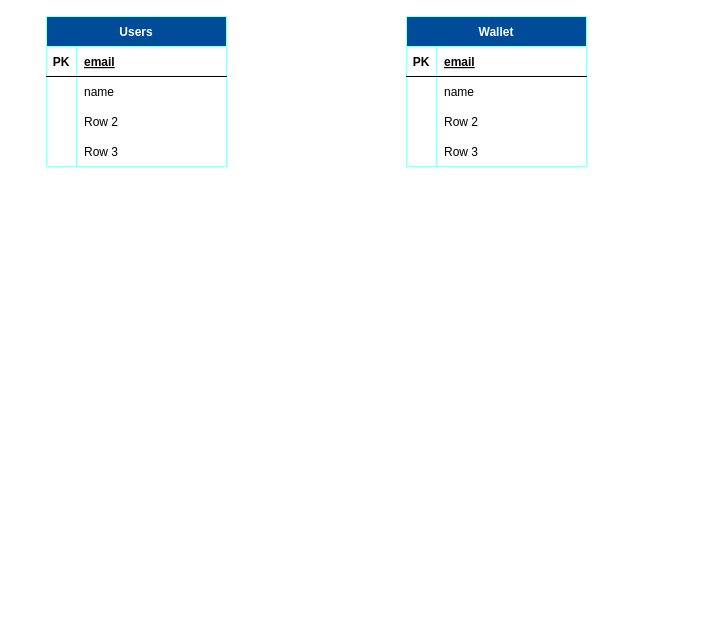
Above: docs/DB design/DB.drawio in elarsaks/gorilla-labs (draw.io), before the change. Source tidied: cells renumbered, new cells numbered last; positions are measured from the earlier drawing's top-left corner, leaving out a move shared by most shapes. Both pictures are drawn from the tidied source at 100%, with x=0, y=0 at pixel (46, 16).
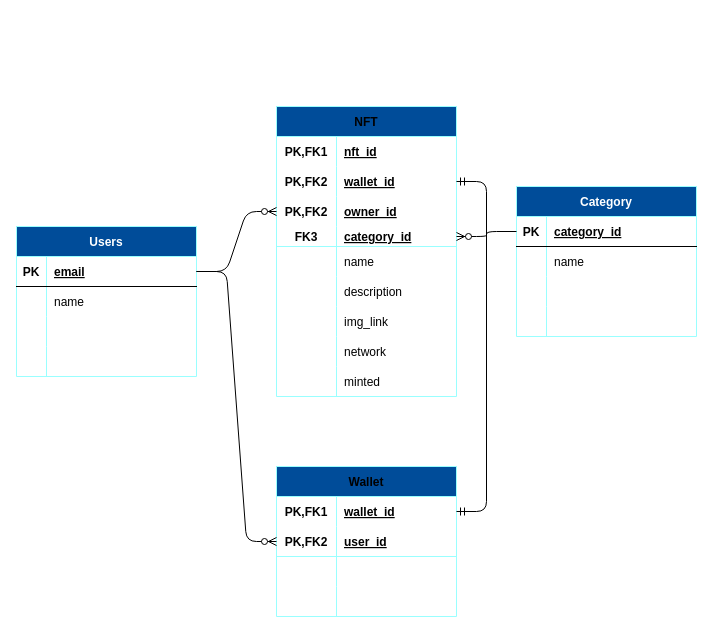
The same page after the edit.

Commit message (it also covers changes not shown here):
Start creating some DB design.

Unchanged cells that the change refers to:
```xml
<mxCell id="3" style="shape=tableRow;horizontal=0;startSize=0;swimlaneHead=0;swimlaneBody=0;fillColor=none;points=[[0,0.5],[1,0.5]];portConstraint=eastwest;top=0;left=0;right=0;bottom=1;" parent="2" vertex="1">
  <mxGeometry y="30" width="180" height="30" as="geometry" />
</mxCell>
<mxCell id="9" style="shape=tableRow;horizontal=0;startSize=0;swimlaneHead=0;swimlaneBody=0;fillColor=none;top=0;left=0;right=0;bottom=0;" parent="2" vertex="1">
  <mxGeometry y="90" width="180" height="30" as="geometry" />
</mxCell>
<mxCell id="12" style="shape=tableRow;horizontal=0;startSize=0;swimlaneHead=0;swimlaneBody=0;fillColor=none;top=0;left=0;right=0;bottom=0;" parent="2" vertex="1">
  <mxGeometry y="120" width="180" height="30" as="geometry" />
</mxCell>
```

Diff of the diagram source:
```diff
@@
     <mxCell id="2" value="Users" style="shape=table;startSize=30;childLayout=tableLayout;rowLines=0;fontStyle=1;align=center;fillColor=#004C99;fontColor=#ffffff;strokeColor=#99FFFF;gradientColor=none;swimlaneFillColor=default;" parent="1" vertex="1">
-      <mxGeometry width="180" height="150" as="geometry" />
+      <mxGeometry x="-30" y="210" width="180" height="150" as="geometry" />
     </mxCell>
@@
-    <mxCell id="11" value="Row 2" style="shape=partialRectangle;fillColor=none;top=0;left=0;bottom=0;right=0;align=left;spacingLeft=6;overflow=hidden;" parent="9" vertex="1">
+    <mxCell id="11" style="shape=partialRectangle;fillColor=none;top=0;left=0;bottom=0;right=0;align=left;spacingLeft=6;overflow=hidden;" parent="9" vertex="1">
       <mxGeometry x="30" width="150" height="30" as="geometry" />
     </mxCell>
@@
-    <mxCell id="14" value="Row 3" style="shape=partialRectangle;fillColor=none;top=0;left=0;bottom=0;right=0;align=left;spacingLeft=6;overflow=hidden;" parent="12" vertex="1">
+    <mxCell id="14" style="shape=partialRectangle;fillColor=none;top=0;left=0;bottom=0;right=0;align=left;spacingLeft=6;overflow=hidden;" parent="12" vertex="1">
       <mxGeometry x="30" width="150" height="30" as="geometry" />
     </mxCell>
-    <mxCell id="15" value="Wallet" style="shape=table;startSize=30;childLayout=tableLayout;rowLines=0;fontStyle=1;align=center;fillColor=#004C99;fontColor=#ffffff;strokeColor=#99FFFF;gradientColor=none;swimlaneFillColor=default;" parent="1" vertex="1">
-      <mxGeometry x="360" width="180" height="150" as="geometry" />
-    </mxCell>
+    <mxCell id="28" value="Category" style="shape=table;startSize=30;childLayout=tableLayout;rowLines=0;fontStyle=1;align=center;fillColor=#004C99;fontColor=#ffffff;strokeColor=#99FFFF;gradientColor=none;swimlaneFillColor=default;" parent="1" vertex="1">
+      <mxGeometry x="470" y="170" width="180" height="150" as="geometry" />
+    </mxCell>
-    <mxCell id="16" style="shape=tableRow;horizontal=0;startSize=0;swimlaneHead=0;swimlaneBody=0;fillColor=none;points=[[0,0.5],[1,0.5]];portConstraint=eastwest;top=0;left=0;right=0;bottom=1;" parent="15" vertex="1">
+    <mxCell id="16" style="shape=tableRow;horizontal=0;startSize=0;swimlaneHead=0;swimlaneBody=0;fillColor=none;points=[[0,0.5],[1,0.5]];portConstraint=eastwest;top=0;left=0;right=0;bottom=1;" parent="28" vertex="1">
       <mxGeometry y="30" width="180" height="30" as="geometry" />
     </mxCell>
@@
-    <mxCell id="18" value="email" style="shape=partialRectangle;fillColor=none;top=0;left=0;bottom=0;right=0;align=left;spacingLeft=6;fontStyle=5;overflow=hidden;" parent="16" vertex="1">
-      <mxGeometry x="30" width="150" height="30" as="geometry" />
-    </mxCell>
+    <mxCell id="29" value="category_id" style="shape=partialRectangle;fillColor=none;top=0;left=0;bottom=0;right=0;align=left;spacingLeft=6;fontStyle=5;overflow=hidden;" parent="16" vertex="1">
+      <mxGeometry x="30" width="150" height="30" as="geometry" />
+    </mxCell>
-    <mxCell id="19" style="shape=tableRow;horizontal=0;startSize=0;swimlaneHead=0;swimlaneBody=0;fillColor=none;top=0;left=0;right=0;bottom=0;" parent="15" vertex="1">
+    <mxCell id="19" style="shape=tableRow;horizontal=0;startSize=0;swimlaneHead=0;swimlaneBody=0;fillColor=none;top=0;left=0;right=0;bottom=0;" parent="28" vertex="1">
       <mxGeometry y="60" width="180" height="30" as="geometry" />
     </mxCell>
-    <mxCell id="20" style="shape=partialRectangle;fillColor=none;top=0;left=0;bottom=0;right=0;overflow=hidden;" parent="19" vertex="1">
-      <mxGeometry width="30" height="30" as="geometry" />
-    </mxCell>
+    <mxCell id="30" style="shape=partialRectangle;fillColor=none;top=0;left=0;bottom=0;right=0;overflow=hidden;" parent="19" vertex="1">
+      <mxGeometry width="30" height="30" as="geometry" />
+    </mxCell>
@@
-    <mxCell id="22" style="shape=tableRow;horizontal=0;startSize=0;swimlaneHead=0;swimlaneBody=0;fillColor=none;top=0;left=0;right=0;bottom=0;" parent="15" vertex="1">
+    <mxCell id="22" style="shape=tableRow;horizontal=0;startSize=0;swimlaneHead=0;swimlaneBody=0;fillColor=none;top=0;left=0;right=0;bottom=0;" parent="28" vertex="1">
       <mxGeometry y="90" width="180" height="30" as="geometry" />
     </mxCell>
-    <mxCell id="23" style="shape=partialRectangle;fillColor=none;top=0;left=0;bottom=0;right=0;overflow=hidden;" parent="22" vertex="1">
-      <mxGeometry width="30" height="30" as="geometry" />
-    </mxCell>
-    <mxCell id="24" value="Row 2" style="shape=partialRectangle;fillColor=none;top=0;left=0;bottom=0;right=0;align=left;spacingLeft=6;overflow=hidden;" parent="22" vertex="1">
-      <mxGeometry x="30" width="150" height="30" as="geometry" />
-    </mxCell>
+    <mxCell id="31" style="shape=partialRectangle;fillColor=none;top=0;left=0;bottom=0;right=0;overflow=hidden;" parent="22" vertex="1">
+      <mxGeometry width="30" height="30" as="geometry" />
+    </mxCell>
+    <mxCell id="32" style="shape=partialRectangle;fillColor=none;top=0;left=0;bottom=0;right=0;align=left;spacingLeft=6;overflow=hidden;" parent="22" vertex="1">
+      <mxGeometry x="30" width="150" height="30" as="geometry" />
+    </mxCell>
-    <mxCell id="25" style="shape=tableRow;horizontal=0;startSize=0;swimlaneHead=0;swimlaneBody=0;fillColor=none;top=0;left=0;right=0;bottom=0;" parent="15" vertex="1">
+    <mxCell id="25" style="shape=tableRow;horizontal=0;startSize=0;swimlaneHead=0;swimlaneBody=0;fillColor=none;top=0;left=0;right=0;bottom=0;" parent="28" vertex="1">
       <mxGeometry y="120" width="180" height="30" as="geometry" />
     </mxCell>
-    <mxCell id="26" style="shape=partialRectangle;fillColor=none;top=0;left=0;bottom=0;right=0;overflow=hidden;" parent="25" vertex="1">
-      <mxGeometry width="30" height="30" as="geometry" />
-    </mxCell>
-    <mxCell id="27" value="Row 3" style="shape=partialRectangle;fillColor=none;top=0;left=0;bottom=0;right=0;align=left;spacingLeft=6;overflow=hidden;" parent="25" vertex="1">
-      <mxGeometry x="30" width="150" height="30" as="geometry" />
-    </mxCell>
+    <mxCell id="33" style="shape=partialRectangle;fillColor=none;top=0;left=0;bottom=0;right=0;overflow=hidden;" parent="25" vertex="1">
+      <mxGeometry width="30" height="30" as="geometry" />
+    </mxCell>
+    <mxCell id="34" style="shape=partialRectangle;fillColor=none;top=0;left=0;bottom=0;right=0;align=left;spacingLeft=6;overflow=hidden;" parent="25" vertex="1">
+      <mxGeometry x="30" width="150" height="30" as="geometry" />
+    </mxCell>
+    <mxCell id="15" value="Wallet" style="shape=table;startSize=30;childLayout=tableLayout;rowLines=0;fontStyle=1;align=center;strokeColor=#99FFFF;fillColor=#004C99;gradientColor=none;swimlaneFillColor=default;" parent="1" vertex="1">
+      <mxGeometry x="230" y="450" width="180" height="150" as="geometry" />
+    </mxCell>
+    <mxCell id="35" style="shape=tableRow;horizontal=0;startSize=0;swimlaneHead=0;swimlaneBody=0;fillColor=none;points=[[0,0.5],[1,0.5]];portConstraint=eastwest;top=0;left=0;right=0;bottom=0;strokeColor=#99FFFF;" parent="15" vertex="1">
+      <mxGeometry y="30" width="180" height="30" as="geometry" />
+    </mxCell>
+    <mxCell id="36" value="PK,FK1" style="shape=partialRectangle;fillColor=none;top=0;left=0;bottom=0;right=0;fontStyle=1;overflow=hidden;strokeColor=#99FFFF;" parent="35" vertex="1">
+      <mxGeometry width="60" height="30" as="geometry" />
+    </mxCell>
+    <mxCell id="37" value="wallet_id" style="shape=partialRectangle;fillColor=none;top=0;left=0;bottom=0;right=0;align=left;spacingLeft=6;fontStyle=5;overflow=hidden;strokeColor=#99FFFF;" parent="35" vertex="1">
+      <mxGeometry x="60" width="120" height="30" as="geometry" />
+    </mxCell>
+    <mxCell id="38" style="shape=tableRow;horizontal=0;startSize=0;swimlaneHead=0;swimlaneBody=0;fillColor=none;points=[[0,0.5],[1,0.5]];portConstraint=eastwest;top=0;left=0;right=0;bottom=1;strokeColor=#99FFFF;" parent="15" vertex="1">
+      <mxGeometry y="60" width="180" height="30" as="geometry" />
+    </mxCell>
+    <mxCell id="39" value="PK,FK2" style="shape=partialRectangle;fillColor=none;top=0;left=0;bottom=0;right=0;fontStyle=1;overflow=hidden;strokeColor=#99FFFF;" parent="38" vertex="1">
+      <mxGeometry width="60" height="30" as="geometry" />
+    </mxCell>
+    <mxCell id="40" value="user_id" style="shape=partialRectangle;fillColor=none;top=0;left=0;bottom=0;right=0;align=left;spacingLeft=6;fontStyle=5;overflow=hidden;strokeColor=#99FFFF;" parent="38" vertex="1">
+      <mxGeometry x="60" width="120" height="30" as="geometry" />
+    </mxCell>
+    <mxCell id="41" style="shape=tableRow;horizontal=0;startSize=0;swimlaneHead=0;swimlaneBody=0;fillColor=none;top=0;left=0;right=0;bottom=0;strokeColor=#99FFFF;" parent="15" vertex="1">
+      <mxGeometry y="90" width="180" height="30" as="geometry" />
+    </mxCell>
+    <mxCell id="42" style="shape=partialRectangle;fillColor=none;top=0;left=0;bottom=0;right=0;overflow=hidden;strokeColor=#99FFFF;" parent="41" vertex="1">
+      <mxGeometry width="60" height="30" as="geometry" />
+    </mxCell>
+    <mxCell id="43" style="shape=partialRectangle;fillColor=none;top=0;left=0;bottom=0;right=0;align=left;spacingLeft=6;overflow=hidden;strokeColor=#99FFFF;" parent="41" vertex="1">
+      <mxGeometry x="60" width="120" height="30" as="geometry" />
+    </mxCell>
+    <mxCell id="44" style="shape=tableRow;horizontal=0;startSize=0;swimlaneHead=0;swimlaneBody=0;fillColor=none;top=0;left=0;right=0;bottom=0;strokeColor=#99FFFF;" parent="15" vertex="1">
+      <mxGeometry y="120" width="180" height="30" as="geometry" />
+    </mxCell>
+    <mxCell id="45" style="shape=partialRectangle;fillColor=none;top=0;left=0;bottom=0;right=0;overflow=hidden;strokeColor=#99FFFF;" parent="44" vertex="1">
+      <mxGeometry width="60" height="30" as="geometry" />
+    </mxCell>
+    <mxCell id="46" style="shape=partialRectangle;fillColor=none;top=0;left=0;bottom=0;right=0;align=left;spacingLeft=6;overflow=hidden;strokeColor=#99FFFF;" parent="44" vertex="1">
+      <mxGeometry x="60" width="120" height="30" as="geometry" />
+    </mxCell>
+    <mxCell id="47" value="NFT" style="shape=table;startSize=30;childLayout=tableLayout;rowLines=0;fontStyle=1;align=center;strokeColor=#99FFFF;fillColor=#004C99;gradientColor=none;swimlaneFillColor=default;" parent="1" vertex="1">
+      <mxGeometry x="230" y="90" width="180" height="290" as="geometry" />
+    </mxCell>
+    <mxCell id="48" style="shape=tableRow;horizontal=0;startSize=0;swimlaneHead=0;swimlaneBody=0;fillColor=none;top=0;left=0;right=0;bottom=0;strokeColor=#99FFFF;" parent="47" vertex="1">
+      <mxGeometry y="30" width="180" height="30" as="geometry" />
+    </mxCell>
+    <mxCell id="49" value="PK,FK1" style="shape=partialRectangle;fillColor=none;top=0;left=0;bottom=0;right=0;fontStyle=1;overflow=hidden;strokeColor=#99FFFF;" parent="48" vertex="1">
+      <mxGeometry width="60" height="30" as="geometry" />
+    </mxCell>
+    <mxCell id="50" value="nft_id" style="shape=partialRectangle;fillColor=none;top=0;left=0;bottom=0;right=0;align=left;spacingLeft=6;fontStyle=5;overflow=hidden;strokeColor=#99FFFF;" parent="48" vertex="1">
+      <mxGeometry x="60" width="120" height="30" as="geometry" />
+    </mxCell>
+    <mxCell id="51" style="shape=tableRow;horizontal=0;startSize=0;swimlaneHead=0;swimlaneBody=0;fillColor=none;points=[[0,0.5],[1,0.5]];portConstraint=eastwest;top=0;left=0;right=0;bottom=0;strokeColor=#99FFFF;" parent="47" vertex="1">
+      <mxGeometry y="60" width="180" height="30" as="geometry" />
+    </mxCell>
+    <mxCell id="52" value="PK,FK2" style="shape=partialRectangle;fillColor=none;top=0;left=0;bottom=0;right=0;fontStyle=1;overflow=hidden;strokeColor=#99FFFF;" parent="51" vertex="1">
+      <mxGeometry width="60" height="30" as="geometry" />
+    </mxCell>
+    <mxCell id="53" value="wallet_id" style="shape=partialRectangle;fillColor=none;top=0;left=0;bottom=0;right=0;align=left;spacingLeft=6;fontStyle=5;overflow=hidden;strokeColor=#99FFFF;" parent="51" vertex="1">
+      <mxGeometry x="60" width="120" height="30" as="geometry" />
+    </mxCell>
+    <mxCell id="54" style="shape=tableRow;horizontal=0;startSize=0;swimlaneHead=0;swimlaneBody=0;fillColor=none;points=[[0,0.5],[1,0.5]];portConstraint=eastwest;top=0;left=0;right=0;bottom=0;strokeColor=#99FFFF;" parent="47" vertex="1">
+      <mxGeometry y="90" width="180" height="30" as="geometry" />
+    </mxCell>
+    <mxCell id="55" value="PK,FK2" style="shape=partialRectangle;fillColor=none;top=0;left=0;bottom=0;right=0;fontStyle=1;overflow=hidden;strokeColor=#99FFFF;" parent="54" vertex="1">
+      <mxGeometry width="60" height="30" as="geometry" />
+    </mxCell>
+    <mxCell id="56" value="owner_id" style="shape=partialRectangle;fillColor=none;top=0;left=0;bottom=0;right=0;align=left;spacingLeft=6;fontStyle=5;overflow=hidden;strokeColor=#99FFFF;" parent="54" vertex="1">
+      <mxGeometry x="60" width="120" height="30" as="geometry" />
+    </mxCell>
+    <mxCell id="57" style="shape=tableRow;horizontal=0;startSize=0;swimlaneHead=0;swimlaneBody=0;fillColor=none;points=[[0,0.5],[1,0.5]];portConstraint=eastwest;top=0;left=0;right=0;bottom=1;strokeColor=#99FFFF;" parent="47" vertex="1">
+      <mxGeometry y="120" width="180" height="20" as="geometry" />
+    </mxCell>
+    <mxCell id="58" value="FK3" style="shape=partialRectangle;fillColor=none;top=0;left=0;bottom=0;right=0;fontStyle=1;overflow=hidden;strokeColor=#99FFFF;" parent="57" vertex="1">
+      <mxGeometry width="60" height="20" as="geometry" />
+    </mxCell>
+    <mxCell id="59" value="category_id" style="shape=partialRectangle;fillColor=none;top=0;left=0;bottom=0;right=0;align=left;spacingLeft=6;fontStyle=5;overflow=hidden;strokeColor=#99FFFF;" parent="57" vertex="1">
+      <mxGeometry x="60" width="120" height="20" as="geometry" />
+    </mxCell>
+    <mxCell id="60" style="shape=tableRow;horizontal=0;startSize=0;swimlaneHead=0;swimlaneBody=0;fillColor=none;top=0;left=0;right=0;bottom=0;strokeColor=#99FFFF;" parent="47" vertex="1">
+      <mxGeometry y="140" width="180" height="30" as="geometry" />
+    </mxCell>
+    <mxCell id="61" style="shape=partialRectangle;fillColor=none;top=0;left=0;bottom=0;right=0;overflow=hidden;strokeColor=#99FFFF;" parent="60" vertex="1">
+      <mxGeometry width="60" height="30" as="geometry" />
+    </mxCell>
+    <mxCell id="62" value="name" style="shape=partialRectangle;fillColor=none;top=0;left=0;bottom=0;right=0;align=left;spacingLeft=6;overflow=hidden;strokeColor=#99FFFF;" parent="60" vertex="1">
+      <mxGeometry x="60" width="120" height="30" as="geometry" />
+    </mxCell>
+    <mxCell id="63" style="shape=tableRow;horizontal=0;startSize=0;swimlaneHead=0;swimlaneBody=0;fillColor=none;top=0;left=0;right=0;bottom=0;strokeColor=#99FFFF;" parent="47" vertex="1">
+      <mxGeometry y="170" width="180" height="30" as="geometry" />
+    </mxCell>
+    <mxCell id="64" style="shape=partialRectangle;fillColor=none;top=0;left=0;bottom=0;right=0;overflow=hidden;strokeColor=#99FFFF;" parent="63" vertex="1">
+      <mxGeometry width="60" height="30" as="geometry" />
+    </mxCell>
+    <mxCell id="65" value="description" style="shape=partialRectangle;fillColor=none;top=0;left=0;bottom=0;right=0;align=left;spacingLeft=6;overflow=hidden;strokeColor=#99FFFF;" parent="63" vertex="1">
+      <mxGeometry x="60" width="120" height="30" as="geometry" />
+    </mxCell>
+    <mxCell id="66" style="shape=tableRow;horizontal=0;startSize=0;swimlaneHead=0;swimlaneBody=0;fillColor=none;top=0;left=0;right=0;bottom=0;strokeColor=#99FFFF;" parent="47" vertex="1">
+      <mxGeometry y="200" width="180" height="30" as="geometry" />
+    </mxCell>
+    <mxCell id="67" style="shape=partialRectangle;fillColor=none;top=0;left=0;bottom=0;right=0;overflow=hidden;strokeColor=#99FFFF;" parent="66" vertex="1">
+      <mxGeometry width="60" height="30" as="geometry" />
+    </mxCell>
+    <mxCell id="68" value="img_link" style="shape=partialRectangle;fillColor=none;top=0;left=0;bottom=0;right=0;align=left;spacingLeft=6;overflow=hidden;strokeColor=#99FFFF;" parent="66" vertex="1">
+      <mxGeometry x="60" width="120" height="30" as="geometry" />
+    </mxCell>
+    <mxCell id="69" style="shape=tableRow;horizontal=0;startSize=0;swimlaneHead=0;swimlaneBody=0;fillColor=none;top=0;left=0;right=0;bottom=0;strokeColor=#99FFFF;" parent="47" vertex="1">
+      <mxGeometry y="230" width="180" height="30" as="geometry" />
+    </mxCell>
+    <mxCell id="70" style="shape=partialRectangle;fillColor=none;top=0;left=0;bottom=0;right=0;overflow=hidden;strokeColor=#99FFFF;" parent="69" vertex="1">
+      <mxGeometry width="60" height="30" as="geometry" />
+    </mxCell>
+    <mxCell id="71" value="network" style="shape=partialRectangle;fillColor=none;top=0;left=0;bottom=0;right=0;align=left;spacingLeft=6;overflow=hidden;strokeColor=#99FFFF;" parent="69" vertex="1">
+      <mxGeometry x="60" width="120" height="30" as="geometry" />
+    </mxCell>
+    <mxCell id="72" style="shape=tableRow;horizontal=0;startSize=0;swimlaneHead=0;swimlaneBody=0;fillColor=none;top=0;left=0;right=0;bottom=0;strokeColor=#99FFFF;" parent="47" vertex="1">
+      <mxGeometry y="260" width="180" height="30" as="geometry" />
+    </mxCell>
+    <mxCell id="73" style="shape=partialRectangle;fillColor=none;top=0;left=0;bottom=0;right=0;overflow=hidden;strokeColor=#99FFFF;" parent="72" vertex="1">
+      <mxGeometry width="60" height="30" as="geometry" />
+    </mxCell>
+    <mxCell id="74" value="minted" style="shape=partialRectangle;fillColor=none;top=0;left=0;bottom=0;right=0;align=left;spacingLeft=6;overflow=hidden;strokeColor=#99FFFF;" parent="72" vertex="1">
+      <mxGeometry x="60" width="120" height="30" as="geometry" />
+    </mxCell>
+    <mxCell id="75" style="edgeStyle=entityRelationEdgeStyle;fontSize=12;html=1;endArrow=ERzeroToMany;endFill=1;exitX=1;exitY=0.5;exitDx=0;exitDy=0;entryX=0;entryY=0.5;entryDx=0;entryDy=0;" parent="1" edge="1" source="3" target="54">
+      <mxGeometry relative="1" as="geometry" />
+    </mxCell>
+    <mxCell id="76" style="edgeStyle=entityRelationEdgeStyle;fontSize=12;html=1;endArrow=ERzeroToMany;endFill=1;exitX=0;exitY=0.5;exitDx=0;exitDy=0;" parent="1" edge="1" source="16" target="57">
+      <mxGeometry relative="1" as="geometry" />
+    </mxCell>
+    <mxCell id="77" style="edgeStyle=entityRelationEdgeStyle;fontSize=12;html=1;endArrow=ERzeroToMany;endFill=1;exitX=1;exitY=0.5;exitDx=0;exitDy=0;entryX=0;entryY=0.5;entryDx=0;entryDy=0;" parent="1" edge="1" source="3" target="38">
+      <mxGeometry relative="1" as="geometry" />
+    </mxCell>
+    <mxCell id="78" style="edgeStyle=entityRelationEdgeStyle;fontSize=12;html=1;endArrow=ERmandOne;startArrow=ERmandOne;exitX=1;exitY=0.5;exitDx=0;exitDy=0;" parent="1" edge="1" source="35" target="51">
+      <mxGeometry relative="1" as="geometry" />
+    </mxCell>
```
